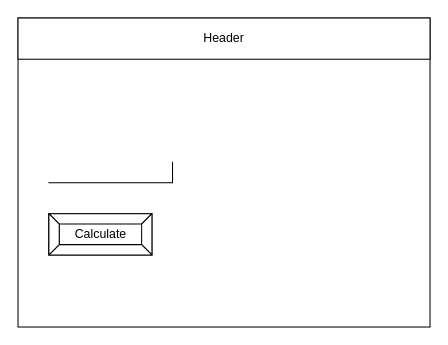
This is design/story-board.drawio from Alex-Nelson-1/ICS20-UNIT3-03-JS-VOLUME-OF-SPHERE, a draw.io file, before an edit. Source tidied: cells renumbered, new cells numbered last; positions are measured from the earlier drawing's top-left corner, leaving out a move shared by most shapes. Both pictures are drawn from the tidied source at 103%, with x=0, y=0 at pixel (18, 18).
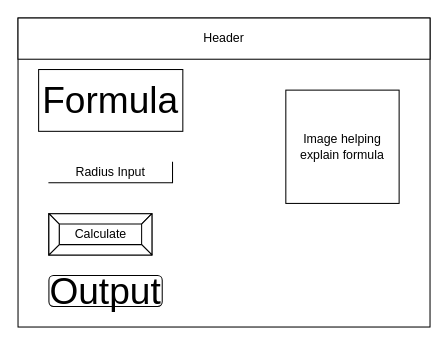
Above is the later version.

Commit message (it also covers changes not shown here):
Created Story board and Flowchart

What changed in the source:
```diff
@@
 <mxGraphModel>
   <root>
     <mxCell id="0" />
     <mxCell id="1" parent="0" />
     <mxCell id="2" style="rounded=0;whiteSpace=wrap;html=1;" parent="1" vertex="1">
       <mxGeometry width="400" height="300" as="geometry" />
     </mxCell>
     <mxCell id="3" value="Header" style="rounded=0;whiteSpace=wrap;html=1;" parent="1" vertex="1">
       <mxGeometry width="400" height="40" as="geometry" />
     </mxCell>
-    <mxCell id="4" style="shape=partialRectangle;whiteSpace=wrap;html=1;top=0;left=0;fillColor=none;" parent="1" vertex="1">
+    <mxCell id="4" value="Radius Input" style="shape=partialRectangle;whiteSpace=wrap;html=1;top=0;left=0;fillColor=none;" parent="1" vertex="1">
       <mxGeometry x="30" y="140" width="120" height="20" as="geometry" />
     </mxCell>
     <mxCell id="5" value="Calculate" style="labelPosition=center;verticalLabelPosition=middle;align=center;html=1;shape=mxgraph.basic.button;dx=10;" parent="1" vertex="1">
       <mxGeometry x="30" y="190" width="100" height="40" as="geometry" />
     </mxCell>
+    <mxCell id="6" value="Image helping explain formula" style="whiteSpace=wrap;html=1;" parent="1" vertex="1">
+      <mxGeometry x="260" y="70" width="110" height="110" as="geometry" />
+    </mxCell>
+    <mxCell id="7" value="&lt;font style=&quot;font-size: 36px&quot;&gt;Formula&lt;/font&gt;" style="rounded=0;whiteSpace=wrap;html=1;" parent="1" vertex="1">
+      <mxGeometry x="20" y="50" width="140" height="60" as="geometry" />
+    </mxCell>
+    <mxCell id="8" value="Output" style="rounded=1;whiteSpace=wrap;html=1;fontSize=36;" parent="1" vertex="1">
+      <mxGeometry x="30" y="250" width="110" height="30" as="geometry" />
+    </mxCell>
   </root>
 </mxGraphModel>
```
